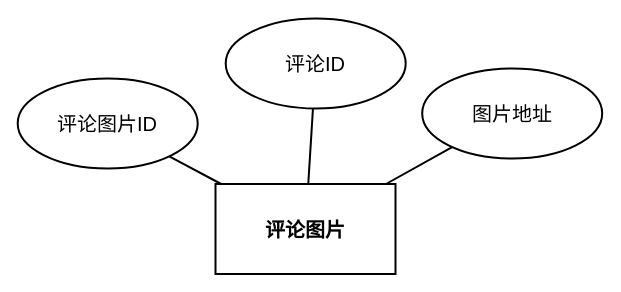
Before: DOCS/architecture-diagrams/sources/实体图/review_images/review_images_entity.drawio in 612cs/TrailQuest, a draw.io diagram. Source tidied: cells renumbered, new cells numbered last; positions are measured from the earlier drawing's top-left corner, leaving out a move shared by most shapes. Both pictures are drawn from the tidied source at 100%, with x=0, y=0 at pixel (17, 18).
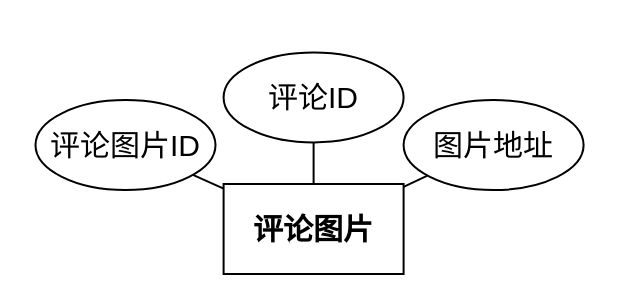
The same diagram, later.

What changed in the source:
```diff
@@
 <mxGraphModel>
   <root>
     <mxCell id="0" />
     <mxCell id="1" parent="0" />
-    <mxCell id="2" value="评论图片" style="rounded=0;whiteSpace=wrap;html=1;fillColor=none;strokeColor=#000000;fontColor=#000000;fontFamily=Arial;fontSize=20;fontStyle=1;align=center;verticalAlign=middle;strokeWidth=2;gradientColor=none;shadow=0;glass=0;" parent="1" vertex="1">
-      <mxGeometry x="198" y="165.5" width="180" height="90" as="geometry" />
+    <mxCell id="2" value="评论图片" style="rounded=0;whiteSpace=wrap;html=1;fillColor=none;strokeColor=#000000;fontColor=#000000;fontFamily=Arial;fontSize=30;fontStyle=1;align=center;verticalAlign=middle;strokeWidth=2;gradientColor=none;shadow=0;glass=0;" parent="1" vertex="1">
+      <mxGeometry x="206.1" y="165.5" width="180" height="90" as="geometry" />
     </mxCell>
-    <mxCell id="3" value="评论图片ID" style="ellipse;whiteSpace=wrap;html=1;fillColor=none;strokeColor=#000000;fontColor=#000000;fontFamily=Arial;fontSize=20;align=center;verticalAlign=middle;strokeWidth=2;gradientColor=none;shadow=0;glass=0;" parent="1" vertex="1">
-      <mxGeometry x="0.2" y="60" width="180" height="90" as="geometry" />
+    <mxCell id="3" value="评论图片ID" style="ellipse;whiteSpace=wrap;html=1;fillColor=none;strokeColor=#000000;fontColor=#000000;fontFamily=Arial;fontSize=30;align=center;verticalAlign=middle;strokeWidth=2;gradientColor=none;shadow=0;glass=0;" parent="1" vertex="1">
+      <mxGeometry x="18" y="81.6" width="180" height="90" as="geometry" />
     </mxCell>
-    <mxCell id="4" value="评论ID" style="ellipse;whiteSpace=wrap;html=1;fillColor=none;strokeColor=#000000;fontColor=#000000;fontFamily=Arial;fontSize=20;align=center;verticalAlign=middle;strokeWidth=2;gradientColor=none;shadow=0;glass=0;" parent="1" vertex="1">
-      <mxGeometry x="208.2" width="180" height="90" as="geometry" />
+    <mxCell id="4" value="评论ID" style="ellipse;whiteSpace=wrap;html=1;fillColor=none;strokeColor=#000000;fontColor=#000000;fontFamily=Arial;fontSize=30;align=center;verticalAlign=middle;strokeWidth=2;gradientColor=none;shadow=0;glass=0;" parent="1" vertex="1">
+      <mxGeometry x="206.1" y="33.9" width="180" height="90" as="geometry" />
     </mxCell>
-    <mxCell id="5" value="图片地址" style="ellipse;whiteSpace=wrap;html=1;fillColor=none;strokeColor=#000000;fontColor=#000000;fontFamily=Arial;fontSize=20;align=center;verticalAlign=middle;strokeWidth=2;gradientColor=none;shadow=0;glass=0;" parent="1" vertex="1">
-      <mxGeometry x="404.7" y="50" width="180" height="90" as="geometry" />
+    <mxCell id="5" value="图片地址" style="ellipse;whiteSpace=wrap;html=1;fillColor=none;strokeColor=#000000;fontColor=#000000;fontFamily=Arial;fontSize=30;align=center;verticalAlign=middle;strokeWidth=2;gradientColor=none;shadow=0;glass=0;" parent="1" vertex="1">
+      <mxGeometry x="386.1" y="81.6" width="180" height="90" as="geometry" />
     </mxCell>
-    <mxCell id="6" style="endArrow=none;html=1;rounded=0;strokeColor=#000000;strokeWidth=2;" parent="1" edge="1" source="2" target="3">
+    <mxCell id="6" style="endArrow=none;html=1;rounded=0;strokeColor=#000000;strokeWidth=2;fontSize=30;" parent="1" edge="1" source="2" target="3">
       <mxGeometry relative="1" as="geometry" />
     </mxCell>
-    <mxCell id="7" style="endArrow=none;html=1;rounded=0;strokeColor=#000000;strokeWidth=2;" parent="1" edge="1" source="2" target="4">
+    <mxCell id="7" style="endArrow=none;html=1;rounded=0;strokeColor=#000000;strokeWidth=2;fontSize=30;" parent="1" edge="1" source="2" target="4">
       <mxGeometry relative="1" as="geometry" />
     </mxCell>
-    <mxCell id="8" style="endArrow=none;html=1;rounded=0;strokeColor=#000000;strokeWidth=2;" parent="1" edge="1" source="2" target="5">
+    <mxCell id="8" style="endArrow=none;html=1;rounded=0;strokeColor=#000000;strokeWidth=2;fontSize=30;" parent="1" edge="1" source="2" target="5">
       <mxGeometry relative="1" as="geometry" />
     </mxCell>
   </root>
 </mxGraphModel>
```
